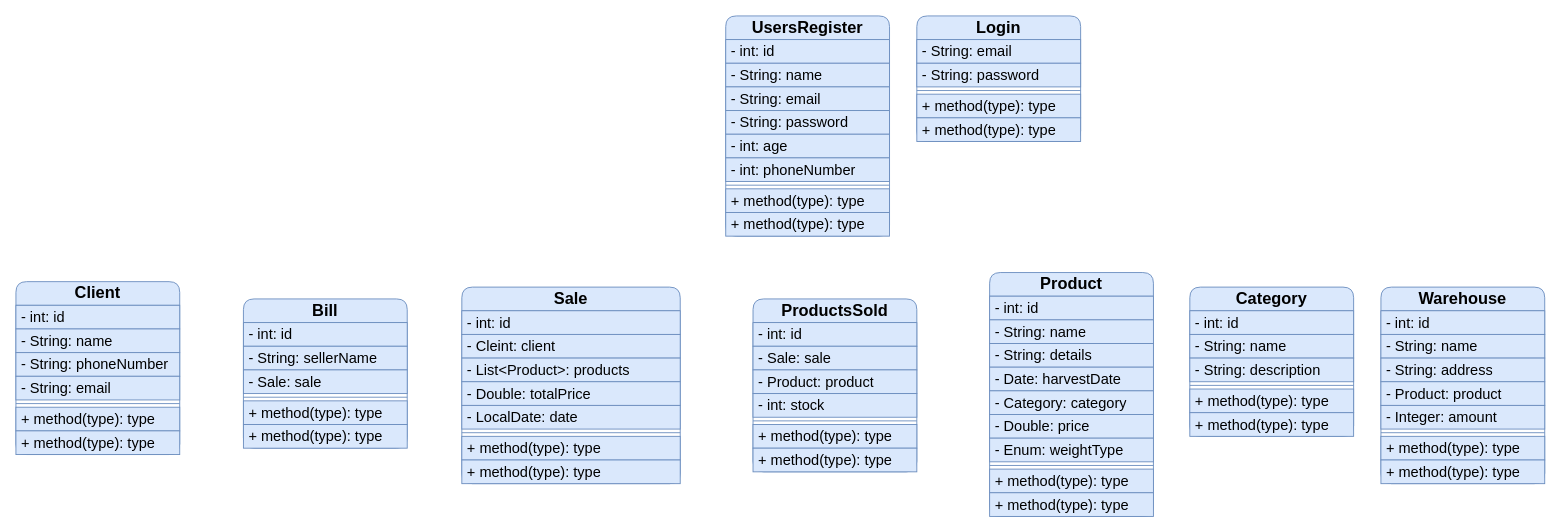
This is diagrams/fincaFacilUML.drawio from SantiagoGZ1/fincaFacil, a draw.io file, before an edit. Source tidied: cells renumbered, new cells numbered last; positions are measured from the earlier drawing's top-left corner, leaving out a move shared by most shapes. Both pictures are drawn from the tidied source at 91%, with x=0, y=0 at pixel (15, 15).
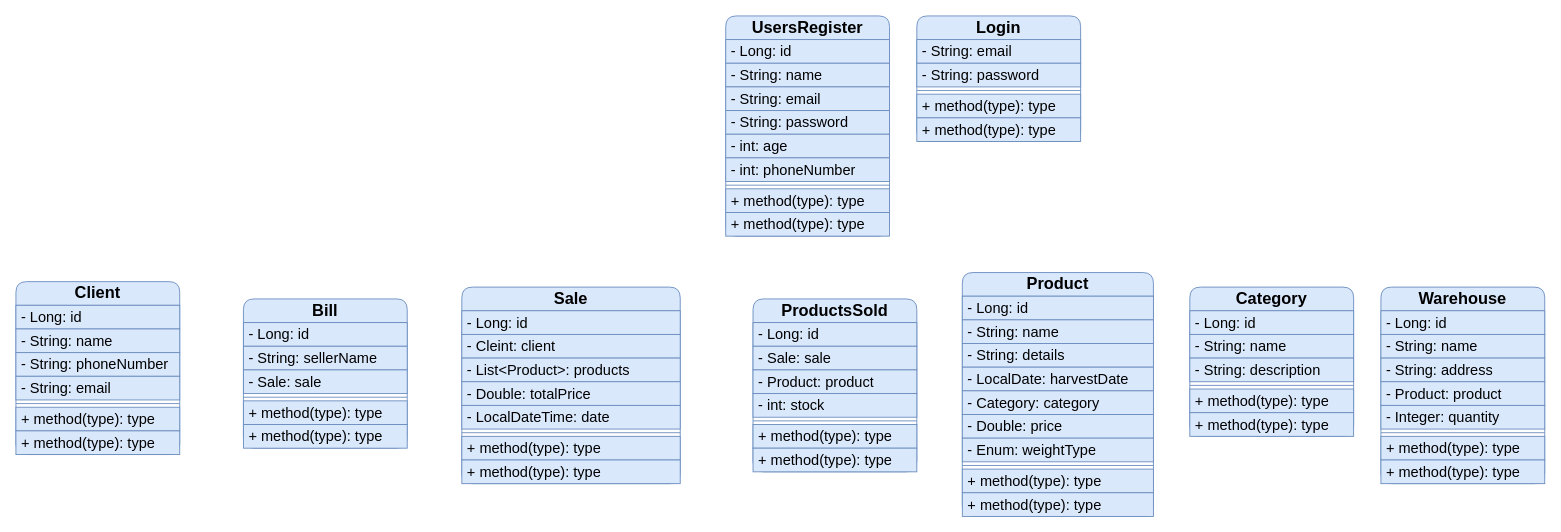
Above is the later version.

The change refers to these unchanged cells:
```xml
<mxCell id="13" value="&lt;font style=&quot;font-size: 18px;&quot;&gt;Category&lt;/font&gt;" style="swimlane;fontStyle=1;align=center;verticalAlign=middle;horizontal=1;startSize=26;whiteSpace=wrap;html=1;fontSize=16;shadow=0;strokeWidth=1;fillColor=#dae8fc;strokeColor=#6c8ebf;swimlaneFillColor=none;gradientColor=none;swimlaneLine=1;glass=0;rounded=1;" parent="1" vertex="1">
  <mxGeometry x="1290" y="298" width="180" height="164" as="geometry" />
</mxCell>
<mxCell id="20" value="&lt;font style=&quot;font-size: 18px;&quot;&gt;Client&lt;/font&gt;" style="swimlane;fontStyle=1;align=center;verticalAlign=middle;horizontal=1;startSize=26;whiteSpace=wrap;html=1;fontSize=16;shadow=0;strokeWidth=1;fillColor=#dae8fc;strokeColor=#6c8ebf;swimlaneFillColor=none;gradientColor=none;swimlaneLine=1;glass=0;rounded=1;" parent="1" vertex="1">
  <mxGeometry y="292" width="180" height="190" as="geometry" />
</mxCell>
<mxCell id="28" value="&lt;font style=&quot;font-size: 18px;&quot;&gt;Sale&lt;/font&gt;" style="swimlane;fontStyle=1;align=center;verticalAlign=middle;horizontal=1;startSize=26;whiteSpace=wrap;html=1;fontSize=16;shadow=0;strokeWidth=1;fillColor=#dae8fc;strokeColor=#6c8ebf;swimlaneFillColor=none;gradientColor=none;swimlaneLine=1;glass=0;rounded=1;" parent="1" vertex="1">
  <mxGeometry x="490" y="298" width="240" height="216" as="geometry" />
</mxCell>
<mxCell id="37" value="&lt;font style=&quot;font-size: 18px;&quot;&gt;ProductsSold&lt;/font&gt;" style="swimlane;fontStyle=1;align=center;verticalAlign=middle;horizontal=1;startSize=26;whiteSpace=wrap;html=1;fontSize=16;shadow=0;strokeWidth=1;fillColor=#dae8fc;strokeColor=#6c8ebf;swimlaneFillColor=none;gradientColor=none;swimlaneLine=1;glass=0;rounded=1;" parent="1" vertex="1">
  <mxGeometry x="810" y="311" width="180" height="190" as="geometry" />
</mxCell>
<mxCell id="45" value="&lt;font style=&quot;font-size: 18px;&quot;&gt;UsersRegister&lt;/font&gt;" style="swimlane;fontStyle=1;align=center;verticalAlign=middle;horizontal=1;startSize=26;whiteSpace=wrap;html=1;fontSize=16;shadow=0;strokeWidth=1;fillColor=#dae8fc;strokeColor=#6c8ebf;swimlaneFillColor=none;gradientColor=none;swimlaneLine=1;glass=0;rounded=1;" parent="1" vertex="1">
  <mxGeometry x="780" width="180" height="242" as="geometry" />
</mxCell>
<mxCell id="61" value="&lt;font style=&quot;font-size: 18px;&quot;&gt;Bill&lt;/font&gt;" style="swimlane;fontStyle=1;align=center;verticalAlign=middle;horizontal=1;startSize=26;whiteSpace=wrap;html=1;fontSize=16;shadow=0;strokeWidth=1;fillColor=#dae8fc;strokeColor=#6c8ebf;swimlaneFillColor=none;gradientColor=none;swimlaneLine=1;glass=0;rounded=1;" parent="1" vertex="1">
  <mxGeometry x="250" y="311" width="180" height="164" as="geometry" />
</mxCell>
<mxCell id="68" value="&lt;font style=&quot;font-size: 18px;&quot;&gt;Warehouse&lt;/font&gt;" style="swimlane;fontStyle=1;align=center;verticalAlign=middle;horizontal=1;startSize=26;whiteSpace=wrap;html=1;fontSize=16;shadow=0;strokeWidth=1;fillColor=#dae8fc;strokeColor=#6c8ebf;swimlaneFillColor=none;gradientColor=none;swimlaneLine=1;glass=0;rounded=1;" parent="1" vertex="1">
  <mxGeometry x="1500" y="298" width="180" height="216" as="geometry" />
</mxCell>
```

What changed in the source:
```diff
@@
     <mxCell id="2" value="&lt;font style=&quot;font-size: 18px;&quot;&gt;Product&lt;/font&gt;" style="swimlane;fontStyle=1;align=center;verticalAlign=middle;horizontal=1;startSize=26;whiteSpace=wrap;html=1;fontSize=16;shadow=0;strokeWidth=1;fillColor=#dae8fc;strokeColor=#6c8ebf;swimlaneFillColor=none;gradientColor=none;swimlaneLine=1;glass=0;rounded=1;" parent="1" vertex="1">
-      <mxGeometry x="1070" y="282" width="180" height="268" as="geometry" />
+      <mxGeometry x="1040" y="282" width="210" height="268" as="geometry" />
     </mxCell>
-    <mxCell id="3" value="- int: id" style="text;align=left;verticalAlign=middle;spacingLeft=4;spacingRight=4;overflow=hidden;whiteSpace=wrap;html=1;fontSize=16;shadow=0;strokeWidth=1;fillColor=#dae8fc;strokeColor=#6c8ebf;swimlaneFillColor=none;gradientColor=none;swimlaneLine=1;" parent="2" vertex="1">
-      <mxGeometry y="26" width="180" height="26" as="geometry" />
+    <mxCell id="3" value="- Long: id" style="text;align=left;verticalAlign=middle;spacingLeft=4;spacingRight=4;overflow=hidden;whiteSpace=wrap;html=1;fontSize=16;shadow=0;strokeWidth=1;fillColor=#dae8fc;strokeColor=#6c8ebf;swimlaneFillColor=none;gradientColor=none;swimlaneLine=1;" parent="2" vertex="1">
+      <mxGeometry y="26" width="210" height="26" as="geometry" />
     </mxCell>
     <mxCell id="4" value="- String: name" style="text;align=left;verticalAlign=middle;spacingLeft=4;spacingRight=4;overflow=hidden;whiteSpace=wrap;html=1;fontSize=16;shadow=0;strokeWidth=1;fillColor=#dae8fc;strokeColor=#6c8ebf;swimlaneFillColor=none;gradientColor=none;swimlaneLine=1;" parent="2" vertex="1">
-      <mxGeometry y="52" width="180" height="26" as="geometry" />
+      <mxGeometry y="52" width="210" height="26" as="geometry" />
     </mxCell>
     <mxCell id="5" value="- String: details" style="text;align=left;verticalAlign=middle;spacingLeft=4;spacingRight=4;overflow=hidden;whiteSpace=wrap;html=1;fontSize=16;shadow=0;strokeWidth=1;fillColor=#dae8fc;strokeColor=#6c8ebf;swimlaneFillColor=none;gradientColor=none;swimlaneLine=1;" parent="2" vertex="1">
-      <mxGeometry y="78" width="180" height="26" as="geometry" />
+      <mxGeometry y="78" width="210" height="26" as="geometry" />
     </mxCell>
-    <mxCell id="6" value="- Date: harvestDate" style="text;align=left;verticalAlign=middle;spacingLeft=4;spacingRight=4;overflow=hidden;whiteSpace=wrap;html=1;fontSize=16;shadow=0;strokeWidth=1;fillColor=#dae8fc;strokeColor=#6c8ebf;swimlaneFillColor=none;gradientColor=none;swimlaneLine=1;" parent="2" vertex="1">
-      <mxGeometry y="104" width="180" height="26" as="geometry" />
+    <mxCell id="6" value="- LocalDate: harvestDate" style="text;align=left;verticalAlign=middle;spacingLeft=4;spacingRight=4;overflow=hidden;whiteSpace=wrap;html=1;fontSize=16;shadow=0;strokeWidth=1;fillColor=#dae8fc;strokeColor=#6c8ebf;swimlaneFillColor=none;gradientColor=none;swimlaneLine=1;" parent="2" vertex="1">
+      <mxGeometry y="104" width="210" height="26" as="geometry" />
     </mxCell>
     <mxCell id="7" value="- Category: category" style="text;align=left;verticalAlign=middle;spacingLeft=4;spacingRight=4;overflow=hidden;whiteSpace=wrap;html=1;fontSize=16;shadow=0;strokeWidth=1;fillColor=#dae8fc;strokeColor=#6c8ebf;swimlaneFillColor=none;gradientColor=none;swimlaneLine=1;" parent="2" vertex="1">
-      <mxGeometry y="130" width="180" height="26" as="geometry" />
+      <mxGeometry y="130" width="210" height="26" as="geometry" />
     </mxCell>
     <mxCell id="8" value="- Double: price" style="text;align=left;verticalAlign=middle;spacingLeft=4;spacingRight=4;overflow=hidden;whiteSpace=wrap;html=1;fontSize=16;shadow=0;strokeWidth=1;fillColor=#dae8fc;strokeColor=#6c8ebf;swimlaneFillColor=none;gradientColor=none;swimlaneLine=1;" parent="2" vertex="1">
-      <mxGeometry y="156" width="180" height="26" as="geometry" />
+      <mxGeometry y="156" width="210" height="26" as="geometry" />
     </mxCell>
     <mxCell id="9" value="- Enum: weightType" style="text;align=left;verticalAlign=middle;spacingLeft=4;spacingRight=4;overflow=hidden;whiteSpace=wrap;html=1;fontSize=16;shadow=0;strokeWidth=1;fillColor=#dae8fc;strokeColor=#6c8ebf;swimlaneFillColor=none;gradientColor=none;swimlaneLine=1;" parent="2" vertex="1">
-      <mxGeometry y="182" width="180" height="26" as="geometry" />
+      <mxGeometry y="182" width="210" height="26" as="geometry" />
     </mxCell>
     <mxCell id="10" style="line;strokeWidth=1;align=left;verticalAlign=middle;spacingTop=-1;spacingLeft=3;spacingRight=3;labelPosition=right;fontSize=16;shadow=0;fillColor=#dae8fc;strokeColor=#6c8ebf;swimlaneFillColor=none;gradientColor=none;swimlaneLine=1;" parent="2" vertex="1">
-      <mxGeometry y="208" width="180" height="8" as="geometry" />
+      <mxGeometry y="208" width="210" height="8" as="geometry" />
     </mxCell>
     <mxCell id="11" value="+ method(type): type" style="text;align=left;verticalAlign=middle;spacingLeft=4;spacingRight=4;overflow=hidden;whiteSpace=wrap;html=1;fontSize=16;shadow=0;strokeWidth=1;fillColor=#dae8fc;strokeColor=#6c8ebf;swimlaneFillColor=none;gradientColor=none;swimlaneLine=1;" parent="2" vertex="1">
-      <mxGeometry y="216" width="180" height="26" as="geometry" />
+      <mxGeometry y="216" width="210" height="26" as="geometry" />
     </mxCell>
     <mxCell id="12" value="+ method(type): type" style="text;align=left;verticalAlign=middle;spacingLeft=4;spacingRight=4;overflow=hidden;whiteSpace=wrap;html=1;fontSize=16;shadow=0;strokeWidth=1;fillColor=#dae8fc;strokeColor=#6c8ebf;swimlaneFillColor=none;gradientColor=none;swimlaneLine=1;" parent="2" vertex="1">
-      <mxGeometry y="242" width="180" height="26" as="geometry" />
+      <mxGeometry y="242" width="210" height="26" as="geometry" />
     </mxCell>
@@
-    <mxCell id="14" value="- int: id" style="text;align=left;verticalAlign=middle;spacingLeft=4;spacingRight=4;overflow=hidden;whiteSpace=wrap;html=1;fontSize=16;shadow=0;strokeWidth=1;fillColor=#dae8fc;strokeColor=#6c8ebf;swimlaneFillColor=none;gradientColor=none;swimlaneLine=1;" parent="13" vertex="1">
+    <mxCell id="14" value="- Long: id" style="text;align=left;verticalAlign=middle;spacingLeft=4;spacingRight=4;overflow=hidden;whiteSpace=wrap;html=1;fontSize=16;shadow=0;strokeWidth=1;fillColor=#dae8fc;strokeColor=#6c8ebf;swimlaneFillColor=none;gradientColor=none;swimlaneLine=1;" parent="13" vertex="1">
       <mxGeometry y="26" width="180" height="26" as="geometry" />
     </mxCell>
@@
-    <mxCell id="21" value="- int: id" style="text;align=left;verticalAlign=middle;spacingLeft=4;spacingRight=4;overflow=hidden;whiteSpace=wrap;html=1;fontSize=16;shadow=0;strokeWidth=1;fillColor=#dae8fc;strokeColor=#6c8ebf;swimlaneFillColor=none;gradientColor=none;swimlaneLine=1;" parent="20" vertex="1">
+    <mxCell id="21" value="- Long: id" style="text;align=left;verticalAlign=middle;spacingLeft=4;spacingRight=4;overflow=hidden;whiteSpace=wrap;html=1;fontSize=16;shadow=0;strokeWidth=1;fillColor=#dae8fc;strokeColor=#6c8ebf;swimlaneFillColor=none;gradientColor=none;swimlaneLine=1;" parent="20" vertex="1">
       <mxGeometry y="26" width="180" height="26" as="geometry" />
     </mxCell>
@@
-    <mxCell id="29" value="- int: id" style="text;align=left;verticalAlign=middle;spacingLeft=4;spacingRight=4;overflow=hidden;whiteSpace=wrap;html=1;fontSize=16;shadow=0;strokeWidth=1;fillColor=#dae8fc;strokeColor=#6c8ebf;swimlaneFillColor=none;gradientColor=none;swimlaneLine=1;" parent="28" vertex="1">
+    <mxCell id="29" value="- Long: id" style="text;align=left;verticalAlign=middle;spacingLeft=4;spacingRight=4;overflow=hidden;whiteSpace=wrap;html=1;fontSize=16;shadow=0;strokeWidth=1;fillColor=#dae8fc;strokeColor=#6c8ebf;swimlaneFillColor=none;gradientColor=none;swimlaneLine=1;" parent="28" vertex="1">
       <mxGeometry y="26" width="240" height="26" as="geometry" />
     </mxCell>
@@
-    <mxCell id="33" value="- LocalDate: date" style="text;align=left;verticalAlign=middle;spacingLeft=4;spacingRight=4;overflow=hidden;whiteSpace=wrap;html=1;fontSize=16;shadow=0;strokeWidth=1;fillColor=#dae8fc;strokeColor=#6c8ebf;swimlaneFillColor=none;gradientColor=none;swimlaneLine=1;" parent="28" vertex="1">
+    <mxCell id="33" value="- LocalDateTime: date" style="text;align=left;verticalAlign=middle;spacingLeft=4;spacingRight=4;overflow=hidden;whiteSpace=wrap;html=1;fontSize=16;shadow=0;strokeWidth=1;fillColor=#dae8fc;strokeColor=#6c8ebf;swimlaneFillColor=none;gradientColor=none;swimlaneLine=1;" parent="28" vertex="1">
       <mxGeometry y="130" width="240" height="26" as="geometry" />
     </mxCell>
@@
-    <mxCell id="38" value="- int: id" style="text;align=left;verticalAlign=middle;spacingLeft=4;spacingRight=4;overflow=hidden;whiteSpace=wrap;html=1;fontSize=16;shadow=0;strokeWidth=1;fillColor=#dae8fc;strokeColor=#6c8ebf;swimlaneFillColor=none;gradientColor=none;swimlaneLine=1;" parent="37" vertex="1">
+    <mxCell id="38" value="- Long: id" style="text;align=left;verticalAlign=middle;spacingLeft=4;spacingRight=4;overflow=hidden;whiteSpace=wrap;html=1;fontSize=16;shadow=0;strokeWidth=1;fillColor=#dae8fc;strokeColor=#6c8ebf;swimlaneFillColor=none;gradientColor=none;swimlaneLine=1;" parent="37" vertex="1">
       <mxGeometry y="26" width="180" height="26" as="geometry" />
     </mxCell>
@@
-    <mxCell id="46" value="- int: id" style="text;align=left;verticalAlign=middle;spacingLeft=4;spacingRight=4;overflow=hidden;whiteSpace=wrap;html=1;fontSize=16;shadow=0;strokeWidth=1;fillColor=#dae8fc;strokeColor=#6c8ebf;swimlaneFillColor=none;gradientColor=none;swimlaneLine=1;" parent="45" vertex="1">
+    <mxCell id="46" value="- Long: id" style="text;align=left;verticalAlign=middle;spacingLeft=4;spacingRight=4;overflow=hidden;whiteSpace=wrap;html=1;fontSize=16;shadow=0;strokeWidth=1;fillColor=#dae8fc;strokeColor=#6c8ebf;swimlaneFillColor=none;gradientColor=none;swimlaneLine=1;" parent="45" vertex="1">
       <mxGeometry y="26" width="180" height="26" as="geometry" />
     </mxCell>
@@
-    <mxCell id="62" value="- int: id" style="text;align=left;verticalAlign=middle;spacingLeft=4;spacingRight=4;overflow=hidden;whiteSpace=wrap;html=1;fontSize=16;shadow=0;strokeWidth=1;fillColor=#dae8fc;strokeColor=#6c8ebf;swimlaneFillColor=none;gradientColor=none;swimlaneLine=1;" parent="61" vertex="1">
+    <mxCell id="62" value="- Long: id" style="text;align=left;verticalAlign=middle;spacingLeft=4;spacingRight=4;overflow=hidden;whiteSpace=wrap;html=1;fontSize=16;shadow=0;strokeWidth=1;fillColor=#dae8fc;strokeColor=#6c8ebf;swimlaneFillColor=none;gradientColor=none;swimlaneLine=1;" parent="61" vertex="1">
       <mxGeometry y="26" width="180" height="26" as="geometry" />
     </mxCell>
@@
-    <mxCell id="69" value="- int: id" style="text;align=left;verticalAlign=middle;spacingLeft=4;spacingRight=4;overflow=hidden;whiteSpace=wrap;html=1;fontSize=16;shadow=0;strokeWidth=1;fillColor=#dae8fc;strokeColor=#6c8ebf;swimlaneFillColor=none;gradientColor=none;swimlaneLine=1;" parent="68" vertex="1">
+    <mxCell id="69" value="- Long: id" style="text;align=left;verticalAlign=middle;spacingLeft=4;spacingRight=4;overflow=hidden;whiteSpace=wrap;html=1;fontSize=16;shadow=0;strokeWidth=1;fillColor=#dae8fc;strokeColor=#6c8ebf;swimlaneFillColor=none;gradientColor=none;swimlaneLine=1;" parent="68" vertex="1">
       <mxGeometry y="26" width="180" height="26" as="geometry" />
     </mxCell>
@@
-    <mxCell id="73" value="- Integer: amount" style="text;align=left;verticalAlign=middle;spacingLeft=4;spacingRight=4;overflow=hidden;whiteSpace=wrap;html=1;fontSize=16;shadow=0;strokeWidth=1;fillColor=#dae8fc;strokeColor=#6c8ebf;swimlaneFillColor=none;gradientColor=none;swimlaneLine=1;" parent="68" vertex="1">
+    <mxCell id="73" value="- Integer: quantity" style="text;align=left;verticalAlign=middle;spacingLeft=4;spacingRight=4;overflow=hidden;whiteSpace=wrap;html=1;fontSize=16;shadow=0;strokeWidth=1;fillColor=#dae8fc;strokeColor=#6c8ebf;swimlaneFillColor=none;gradientColor=none;swimlaneLine=1;" parent="68" vertex="1">
       <mxGeometry y="130" width="180" height="26" as="geometry" />
     </mxCell>
```
